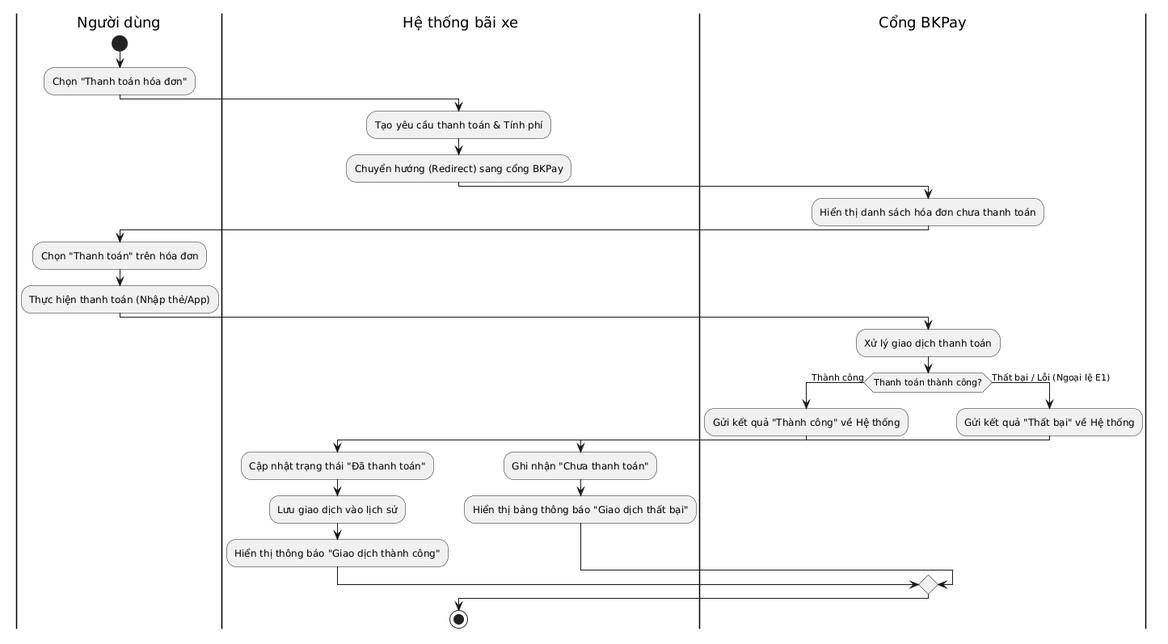
KTX-0711/Software-Engineering-Assignment-HK252 keeps this PlantUML diagram as LaTex/pictures/thanhtoanhoadon.png. Above is the earlier version.
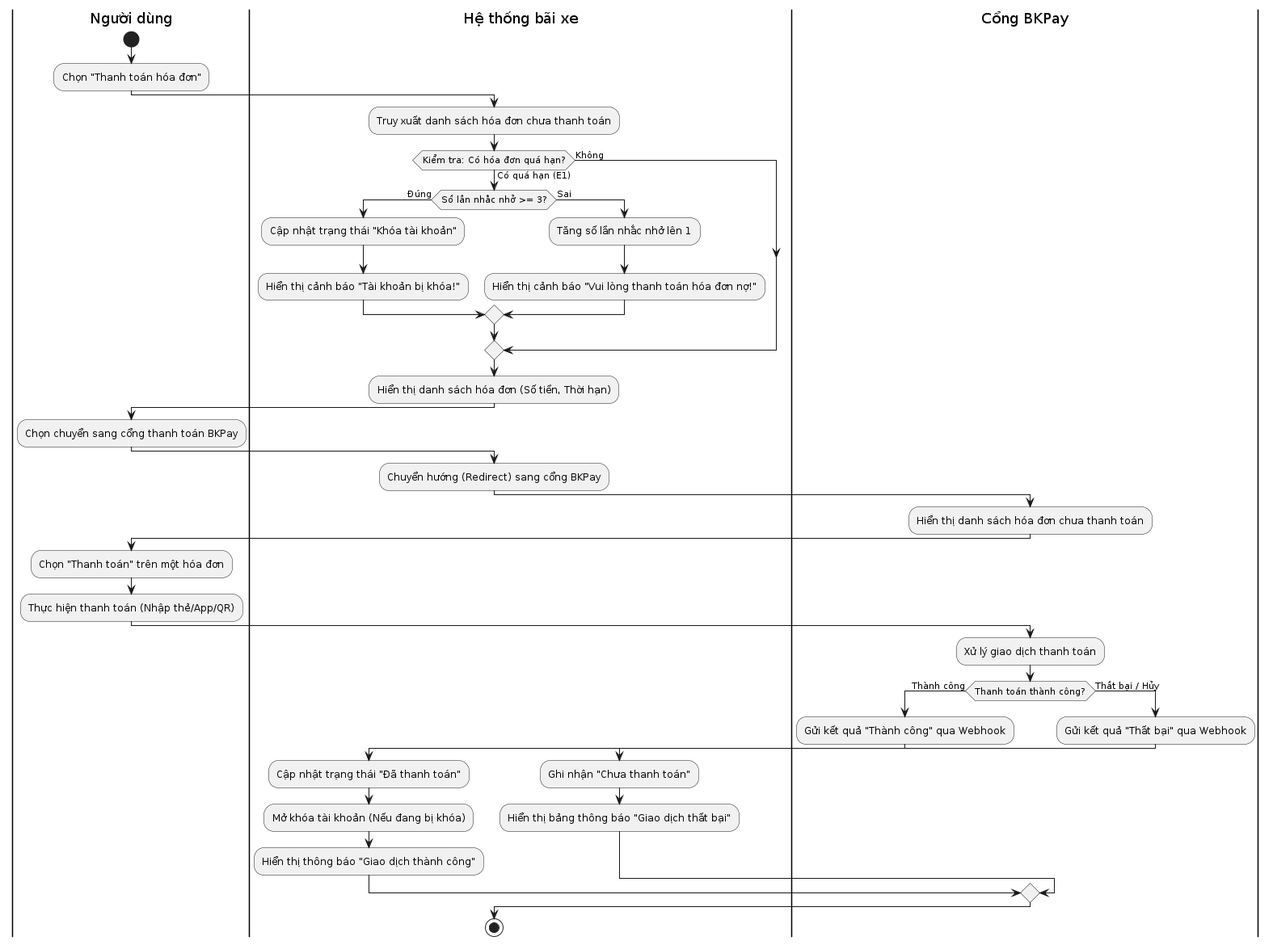
After the change.

What changed in the source:
```diff
@@ -4,27 +4,49 @@
 :Chọn "Thanh toán hóa đơn";
 
 |Hệ thống bãi xe|
-:Tạo yêu cầu thanh toán & Tính phí;
+:Truy xuất danh sách hóa đơn chưa thanh toán;
+
+if (Kiểm tra: Có hóa đơn quá hạn?) then (Có quá hạn (E1))
+  if (Số lần nhắc nhở >= 3?) then (Đúng)
+    :Cập nhật trạng thái "Khóa tài khoản";
+    :Hiển thị cảnh báo "Tài khoản bị khóa!";
+  else (Sai)
+    :Tăng số lần nhắc nhở lên 1;
+    :Hiển thị cảnh báo "Vui lòng thanh toán hóa đơn nợ!";
+  endif
+else (Không)
+endif
+
+:Hiển thị danh sách hóa đơn (Số tiền, Thời hạn);
+
+|Người dùng|
+:Chọn chuyển sang cổng thanh toán BKPay;
+
+|Hệ thống bãi xe|
 :Chuyển hướng (Redirect) sang cổng BKPay;
 
 |Cổng BKPay|
 :Hiển thị danh sách hóa đơn chưa thanh toán;
 
 |Người dùng|
-:Chọn "Thanh toán" trên hóa đơn;
-:Thực hiện thanh toán (Nhập thẻ/App);
+:Chọn "Thanh toán" trên một hóa đơn;
+:Thực hiện thanh toán (Nhập thẻ/App/QR);
 
 |Cổng BKPay|
 :Xử lý giao dịch thanh toán;
+
 if (Thanh toán thành công?) then (Thành công)
-  :Gửi kết quả "Thành công" về Hệ thống;
+  :Gửi kết quả "Thành công" qua Webhook;
+
   |Hệ thống bãi xe|
   :Cập nhật trạng thái "Đã thanh toán";
-  :Lưu giao dịch vào lịch sử;
+  :Mở khóa tài khoản (Nếu đang bị khóa);
   :Hiển thị thông báo "Giao dịch thành công";
-else (Thất bại / Lỗi (Ngoại lệ E1))
+
+else (Thất bại / Hủy)
   |Cổng BKPay|
-  :Gửi kết quả "Thất bại" về Hệ thống;
+  :Gửi kết quả "Thất bại" qua Webhook;
+
   |Hệ thống bãi xe|
   :Ghi nhận "Chưa thanh toán";
   :Hiển thị bảng thông báo "Giao dịch thất bại";
```
